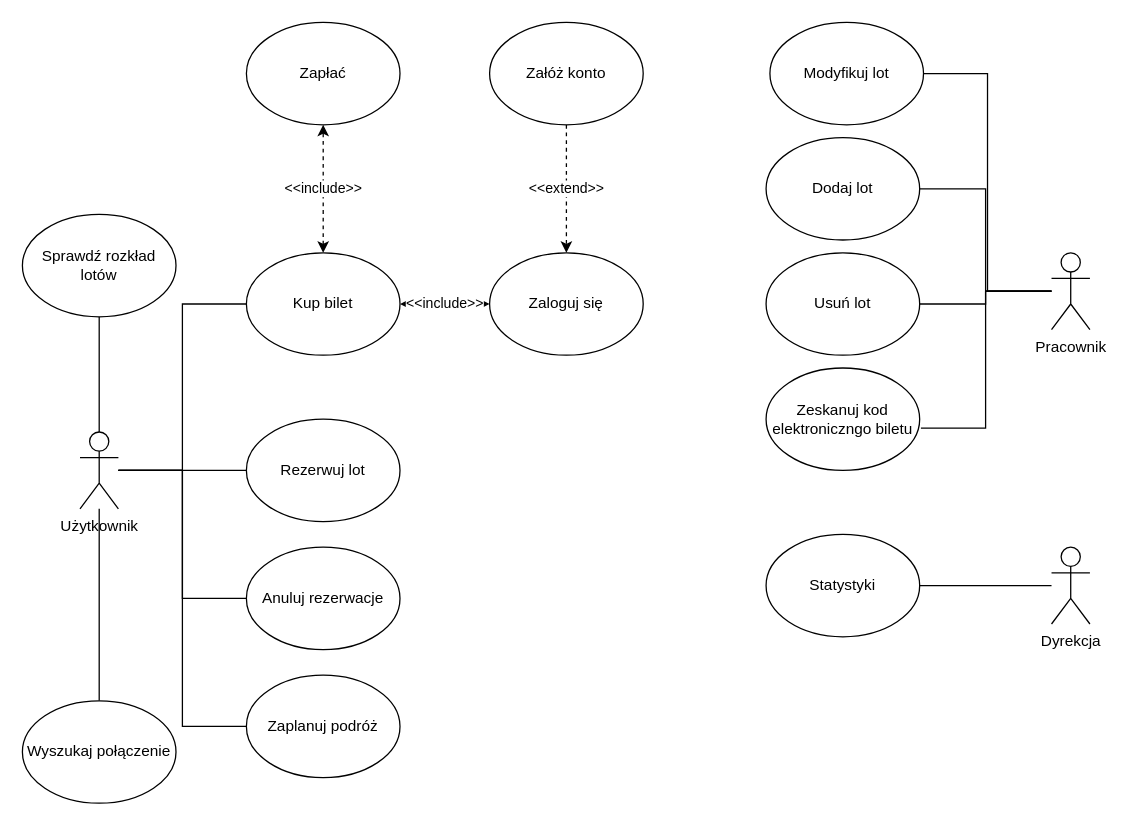
MichjuX/UML_Diagrams keeps this draw.io diagram as diagram_uzycia.drawio. Above is the earlier version. Source tidied: cells renumbered, new cells numbered last; positions are measured from the earlier drawing's top-left corner, leaving out a move shared by most shapes. Both pictures are drawn from the tidied source at 128%, with x=0, y=0 at pixel (22, 22).
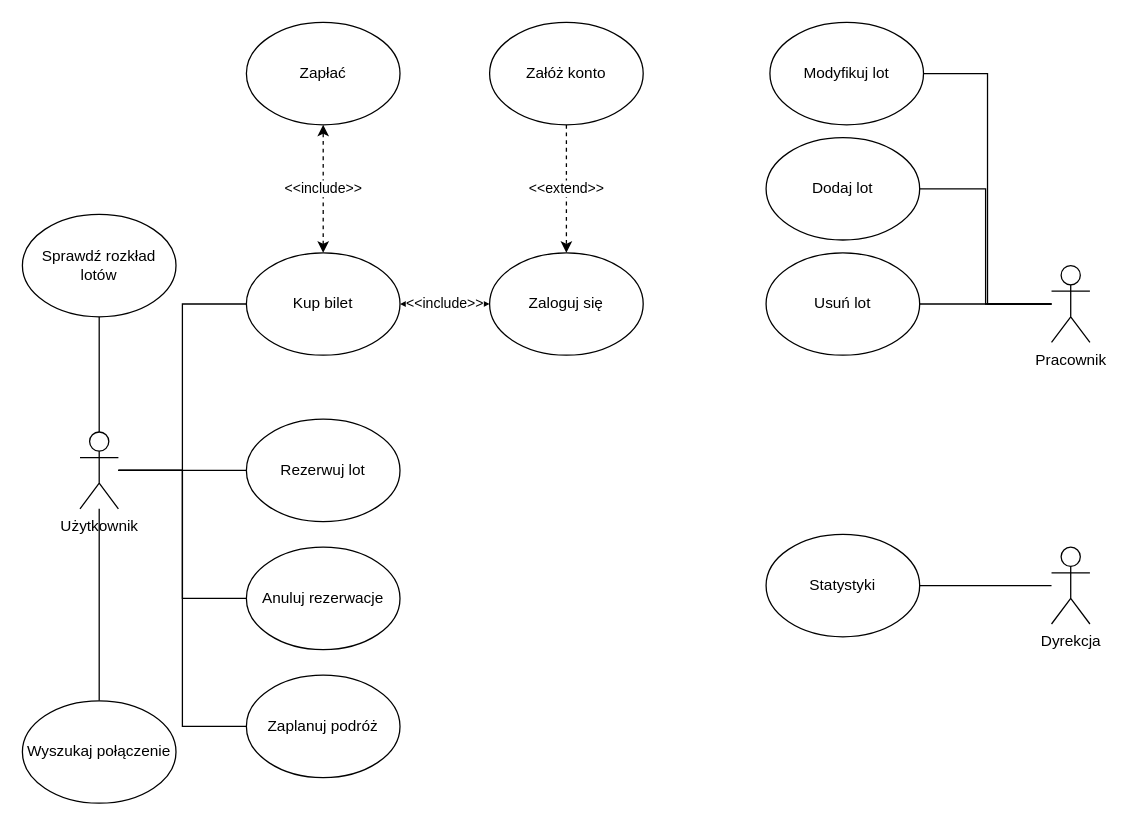
The same diagram, later.

What changed in the source:
```diff
@@
     <mxCell id="19" value="Pracownik" style="shape=umlActor;verticalLabelPosition=bottom;verticalAlign=top;html=1;outlineConnect=0;" parent="1" vertex="1">
-      <mxGeometry x="804" y="180" width="30" height="60" as="geometry" />
+      <mxGeometry x="804" y="190" width="30" height="60" as="geometry" />
     </mxCell>
@@
-    <mxCell id="32" value="Zeskanuj kod elektroniczngo biletu" style="ellipse;whiteSpace=wrap;html=1;" parent="1" vertex="1">
-      <mxGeometry x="581" y="270" width="120" height="80" as="geometry" />
-    </mxCell>
-    <mxCell id="33" style="edgeStyle=orthogonalEdgeStyle;rounded=0;jettySize=auto;html=1;entryX=1.008;entryY=0.588;entryDx=0;entryDy=0;entryPerimeter=0;endArrow=none;endFill=0;" parent="1" edge="1" source="19" target="32">
-      <mxGeometry relative="1" as="geometry" />
-    </mxCell>
```
